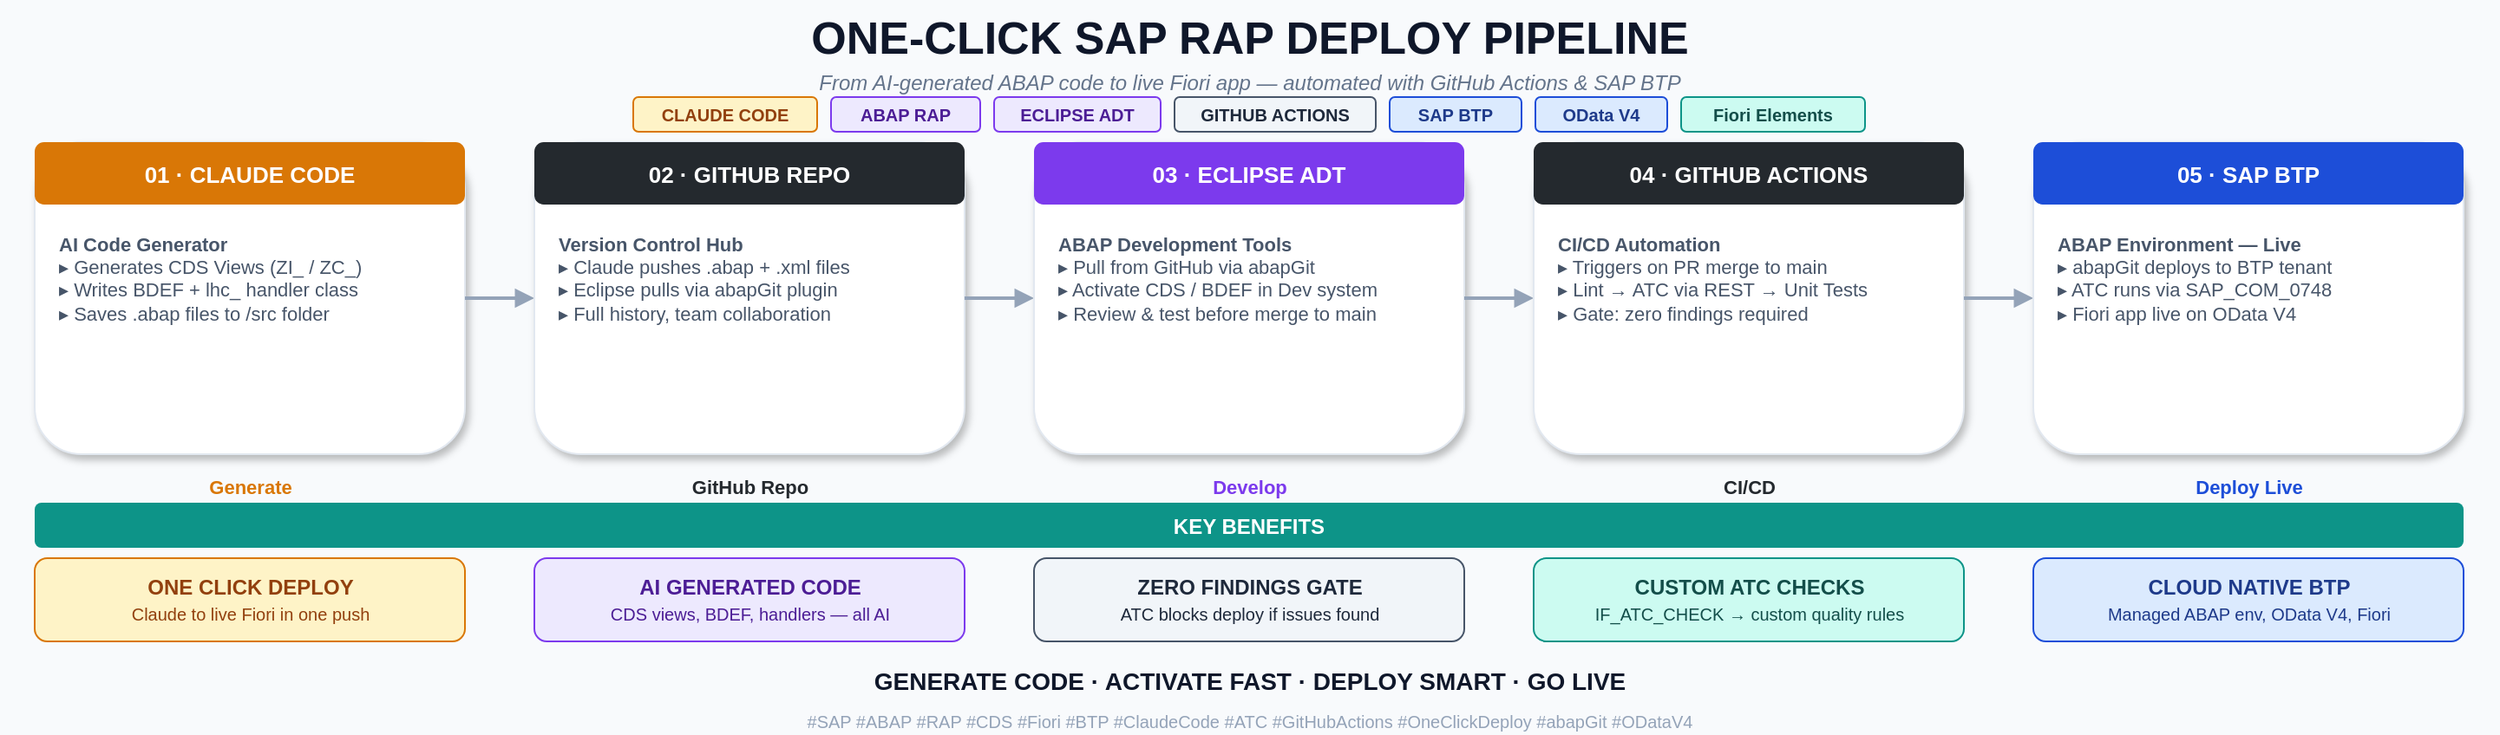
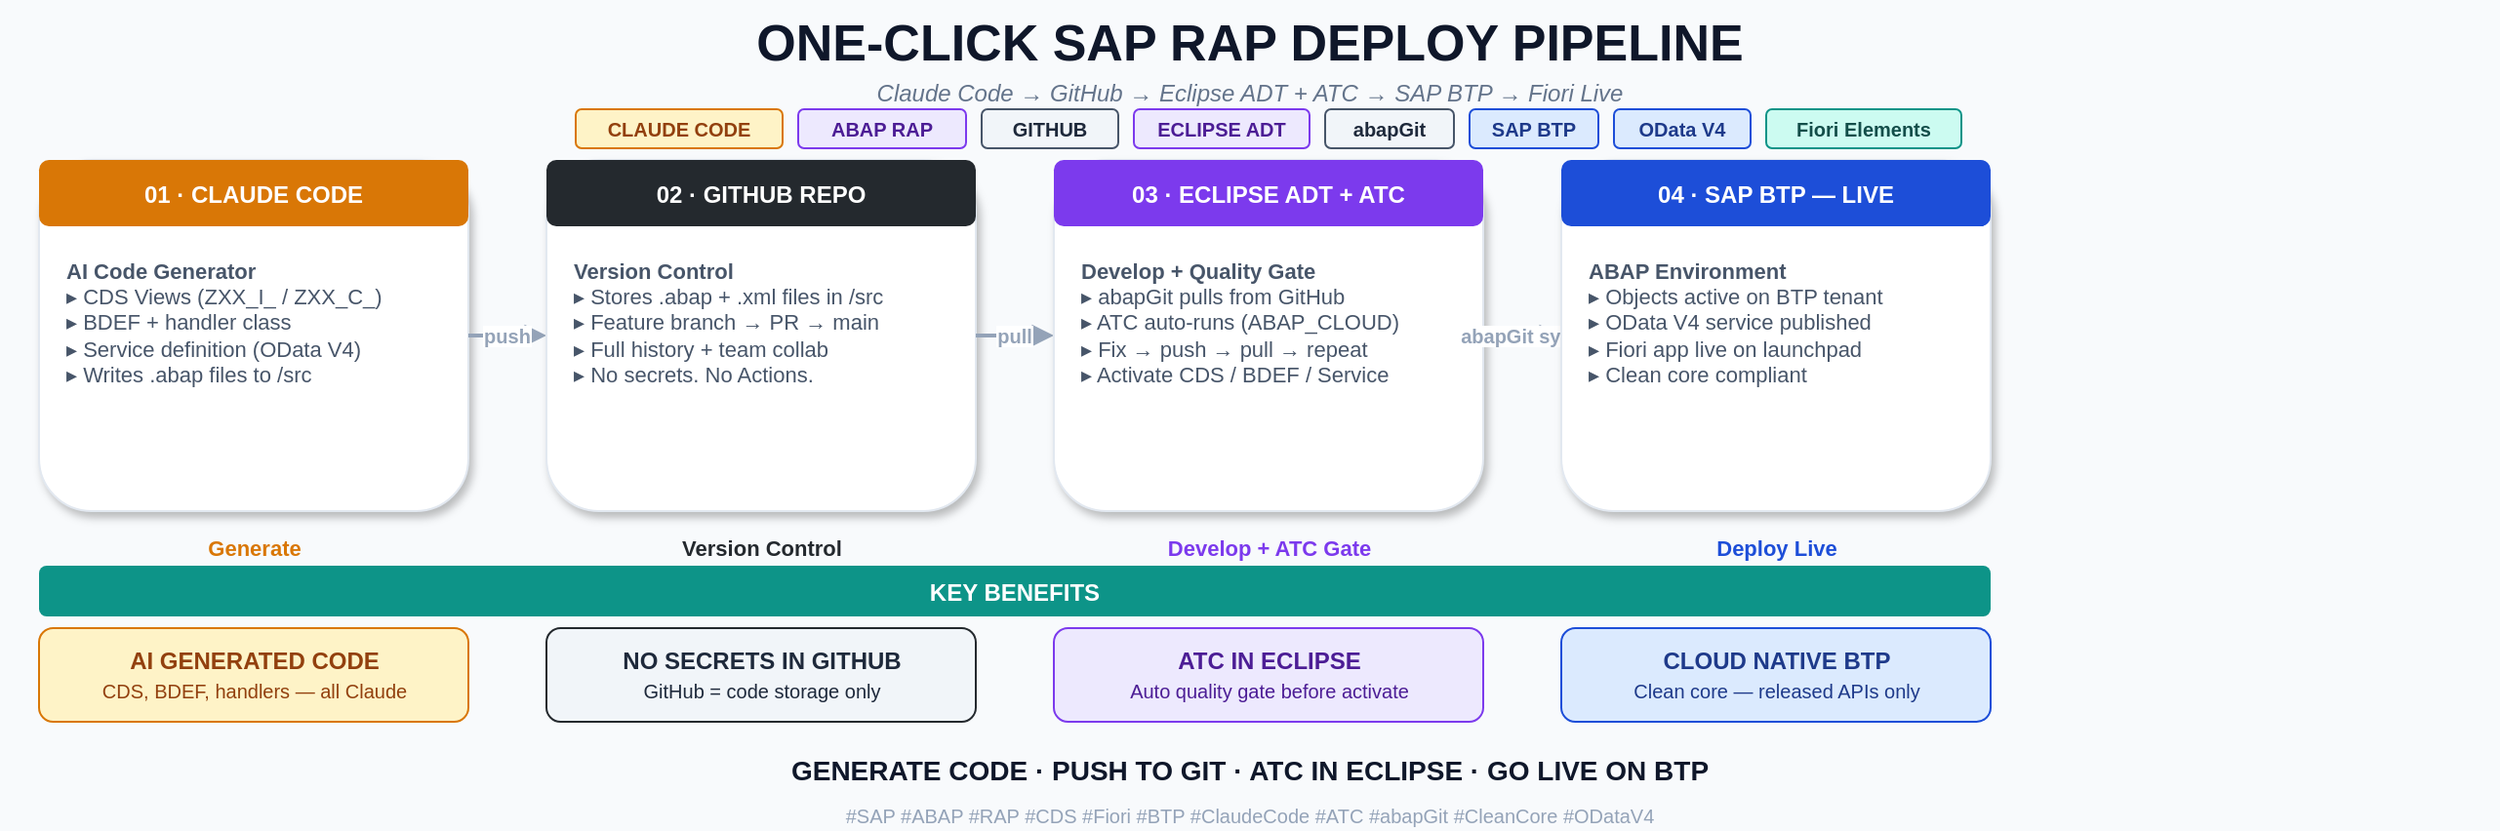
<mxfile host="app.diagrams.net" version="21.0.0">
  <diagram name="RAP Deployment" id="rap-deploy">
-     <mxGraphModel dx="1422" dy="762" grid="0" gridSize="10" guides="1" tooltips="1" connect="1" arrows="1" fold="1" page="1" pageScale="1" pageWidth="1440" pageHeight="480" math="0" shadow="0" background="#f8fafc">
+     <mxGraphModel dx="1422" dy="762" grid="0" gridSize="10" guides="1" tooltips="1" connect="1" arrows="1" fold="1" page="1" pageScale="1" pageWidth="1280" pageHeight="480" math="0" shadow="0" background="#f8fafc">
      <root>
        <mxCell id="0" />
        <mxCell id="1" parent="0" />

        <!-- TITLE -->
        <mxCell id="title" value="ONE-CLICK SAP RAP DEPLOY PIPELINE" style="text;html=1;fillColor=none;strokeColor=none;fontColor=#0f172a;fontSize=26;fontStyle=1;align=center;" vertex="1" parent="1">
-           <mxGeometry x="0" y="10" width="1440" height="32" as="geometry" />
+           <mxGeometry x="0" y="10" width="1280" height="32" as="geometry" />
        </mxCell>
-         <mxCell id="sub" value="From AI-generated ABAP code to live Fiori app — automated with GitHub Actions &amp; SAP BTP" style="text;html=1;fillColor=none;strokeColor=none;fontColor=#64748b;fontSize=12;fontStyle=2;align=center;" vertex="1" parent="1">
-           <mxGeometry x="0" y="44" width="1440" height="16" as="geometry" />
+         <mxCell id="sub" value="Claude Code  →  GitHub  →  Eclipse ADT + ATC  →  SAP BTP  →  Fiori Live" style="text;html=1;fillColor=none;strokeColor=none;fontColor=#64748b;fontSize=12;fontStyle=2;align=center;" vertex="1" parent="1">
+           <mxGeometry x="0" y="44" width="1280" height="16" as="geometry" />
        </mxCell>

-         <!-- TECH PILLS (centered, y=66) -->
+         <!-- TECH PILLS -->
        <mxCell id="tp1" value="CLAUDE CODE" style="rounded=1;fillColor=#fef3c7;strokeColor=#d97706;fontColor=#92400e;fontSize=10;fontStyle=1;" vertex="1" parent="1">
-           <mxGeometry x="365" y="66" width="106" height="20" as="geometry" />
+           <mxGeometry x="295" y="66" width="106" height="20" as="geometry" />
        </mxCell>
        <mxCell id="tp2" value="ABAP RAP" style="rounded=1;fillColor=#ede9fe;strokeColor=#7c3aed;fontColor=#4c1d95;fontSize=10;fontStyle=1;" vertex="1" parent="1">
-           <mxGeometry x="479" y="66" width="86" height="20" as="geometry" />
+           <mxGeometry x="409" y="66" width="86" height="20" as="geometry" />
        </mxCell>
-         <mxCell id="tp3" value="ECLIPSE ADT" style="rounded=1;fillColor=#ede9fe;strokeColor=#7c3aed;fontColor=#4c1d95;fontSize=10;fontStyle=1;" vertex="1" parent="1">
-           <mxGeometry x="573" y="66" width="96" height="20" as="geometry" />
+         <mxCell id="tp3" value="GITHUB" style="rounded=1;fillColor=#f1f5f9;strokeColor=#475569;fontColor=#1e293b;fontSize=10;fontStyle=1;" vertex="1" parent="1">
+           <mxGeometry x="503" y="66" width="70" height="20" as="geometry" />
        </mxCell>
-         <mxCell id="tp4" value="GITHUB ACTIONS" style="rounded=1;fillColor=#f1f5f9;strokeColor=#475569;fontColor=#1e293b;fontSize=10;fontStyle=1;" vertex="1" parent="1">
-           <mxGeometry x="677" y="66" width="116" height="20" as="geometry" />
+         <mxCell id="tp4" value="ECLIPSE ADT" style="rounded=1;fillColor=#ede9fe;strokeColor=#7c3aed;fontColor=#4c1d95;fontSize=10;fontStyle=1;" vertex="1" parent="1">
+           <mxGeometry x="581" y="66" width="90" height="20" as="geometry" />
        </mxCell>
-         <mxCell id="tp5" value="SAP BTP" style="rounded=1;fillColor=#dbeafe;strokeColor=#1d4ed8;fontColor=#1e3a8a;fontSize=10;fontStyle=1;" vertex="1" parent="1">
-           <mxGeometry x="801" y="66" width="76" height="20" as="geometry" />
+         <mxCell id="tp5" value="abapGit" style="rounded=1;fillColor=#f1f5f9;strokeColor=#475569;fontColor=#1e293b;fontSize=10;fontStyle=1;" vertex="1" parent="1">
+           <mxGeometry x="679" y="66" width="66" height="20" as="geometry" />
        </mxCell>
-         <mxCell id="tp6" value="OData V4" style="rounded=1;fillColor=#dbeafe;strokeColor=#1d4ed8;fontColor=#1e3a8a;fontSize=10;fontStyle=1;" vertex="1" parent="1">
-           <mxGeometry x="885" y="66" width="76" height="20" as="geometry" />
+         <mxCell id="tp6" value="SAP BTP" style="rounded=1;fillColor=#dbeafe;strokeColor=#1d4ed8;fontColor=#1e3a8a;fontSize=10;fontStyle=1;" vertex="1" parent="1">
+           <mxGeometry x="753" y="66" width="66" height="20" as="geometry" />
        </mxCell>
-         <mxCell id="tp7" value="Fiori Elements" style="rounded=1;fillColor=#ccfbf1;strokeColor=#0d9488;fontColor=#134e4a;fontSize=10;fontStyle=1;" vertex="1" parent="1">
-           <mxGeometry x="969" y="66" width="106" height="20" as="geometry" />
+         <mxCell id="tp7" value="OData V4" style="rounded=1;fillColor=#dbeafe;strokeColor=#1d4ed8;fontColor=#1e3a8a;fontSize=10;fontStyle=1;" vertex="1" parent="1">
+           <mxGeometry x="827" y="66" width="70" height="20" as="geometry" />
+         </mxCell>
+         <mxCell id="tp8" value="Fiori Elements" style="rounded=1;fillColor=#ccfbf1;strokeColor=#0d9488;fontColor=#134e4a;fontSize=10;fontStyle=1;" vertex="1" parent="1">
+           <mxGeometry x="905" y="66" width="100" height="20" as="geometry" />
        </mxCell>

-         <!-- ══════════════════════════════════════════════════════════ -->
-         <!-- CARD 1 — CLAUDE CODE  (x=20, y=92, w=248, h=180)         -->
-         <!-- ══════════════════════════════════════════════════════════ -->
+         <!-- CARD 1 — CLAUDE CODE -->
        <mxCell id="c1bg" value="" style="rounded=1;fillColor=#ffffff;strokeColor=#e2e8f0;strokeWidth=1;shadow=1;" vertex="1" parent="1">
-           <mxGeometry x="20" y="92" width="248" height="180" as="geometry" />
+           <mxGeometry x="20" y="92" width="220" height="180" as="geometry" />
        </mxCell>
-         <mxCell id="c1h" value="01  ·  CLAUDE CODE" style="rounded=1;fillColor=#d97706;strokeColor=none;fontColor=#ffffff;fontSize=13;fontStyle=1;align=center;" vertex="1" parent="1">
-           <mxGeometry x="20" y="92" width="248" height="36" as="geometry" />
+         <mxCell id="c1h" value="01  ·  CLAUDE CODE" style="rounded=1;fillColor=#d97706;strokeColor=none;fontColor=#ffffff;fontSize=12;fontStyle=1;align=center;" vertex="1" parent="1">
+           <mxGeometry x="20" y="92" width="220" height="34" as="geometry" />
        </mxCell>
-         <mxCell id="c1c" value="&lt;b&gt;AI Code Generator&lt;/b&gt;&lt;br/&gt;▸ Generates CDS Views (ZI_ / ZC_)&lt;br/&gt;▸ Writes BDEF + lhc_ handler class&lt;br/&gt;▸ Saves .abap files to /src folder" style="text;html=1;fillColor=none;strokeColor=none;fontColor=#475569;fontSize=11;align=left;verticalAlign=top;spacingTop=10;spacingLeft=12;spacingRight=8;" vertex="1" parent="1">
-           <mxGeometry x="20" y="128" width="248" height="144" as="geometry" />
+         <mxCell id="c1c" value="&lt;b&gt;AI Code Generator&lt;/b&gt;&lt;br/&gt;▸ CDS Views (ZXX_I_ / ZXX_C_)&lt;br/&gt;▸ BDEF + handler class&lt;br/&gt;▸ Service definition (OData V4)&lt;br/&gt;▸ Writes .abap files to /src" style="text;html=1;fillColor=none;strokeColor=none;fontColor=#475569;fontSize=11;align=left;verticalAlign=top;spacingTop=10;spacingLeft=12;spacingRight=8;" vertex="1" parent="1">
+           <mxGeometry x="20" y="126" width="220" height="146" as="geometry" />
        </mxCell>

        <!-- ARROW 1→2 -->
-         <mxCell id="a12" value="" style="edgeStyle=none;strokeColor=#94a3b8;strokeWidth=2;endArrow=block;endFill=1;" edge="1" source="c1bg" target="c2bg" parent="1">
+         <mxCell id="a12" value="push" style="edgeStyle=none;strokeColor=#94a3b8;strokeWidth=2;endArrow=block;endFill=1;fontSize=10;fontColor=#94a3b8;fontStyle=1;" edge="1" source="c1bg" target="c2bg" parent="1">
          <mxGeometry relative="1" as="geometry" />
        </mxCell>

-         <!-- ══════════════════════════════════════════════════════════ -->
-         <!-- CARD 2 — LOCAL /src REPO  (x=308)                        -->
-         <!-- ══════════════════════════════════════════════════════════ -->
+         <!-- CARD 2 — GITHUB -->
        <mxCell id="c2bg" value="" style="rounded=1;fillColor=#ffffff;strokeColor=#e2e8f0;strokeWidth=1;shadow=1;" vertex="1" parent="1">
-           <mxGeometry x="308" y="92" width="248" height="180" as="geometry" />
+           <mxGeometry x="280" y="92" width="220" height="180" as="geometry" />
        </mxCell>
-         <mxCell id="c2h" value="02  ·  GITHUB REPO" style="rounded=1;fillColor=#24292e;strokeColor=none;fontColor=#ffffff;fontSize=13;fontStyle=1;align=center;" vertex="1" parent="1">
-           <mxGeometry x="308" y="92" width="248" height="36" as="geometry" />
+         <mxCell id="c2h" value="02  ·  GITHUB REPO" style="rounded=1;fillColor=#24292e;strokeColor=none;fontColor=#ffffff;fontSize=12;fontStyle=1;align=center;" vertex="1" parent="1">
+           <mxGeometry x="280" y="92" width="220" height="34" as="geometry" />
        </mxCell>
-         <mxCell id="c2c" value="&lt;b&gt;Version Control Hub&lt;/b&gt;&lt;br/&gt;▸ Claude pushes .abap + .xml files&lt;br/&gt;▸ Eclipse pulls via abapGit plugin&lt;br/&gt;▸ Full history, team collaboration" style="text;html=1;fillColor=none;strokeColor=none;fontColor=#475569;fontSize=11;align=left;verticalAlign=top;spacingTop=10;spacingLeft=12;spacingRight=8;" vertex="1" parent="1">
-           <mxGeometry x="308" y="128" width="248" height="144" as="geometry" />
+         <mxCell id="c2c" value="&lt;b&gt;Version Control&lt;/b&gt;&lt;br/&gt;▸ Stores .abap + .xml files in /src&lt;br/&gt;▸ Feature branch → PR → main&lt;br/&gt;▸ Full history + team collab&lt;br/&gt;▸ No secrets. No Actions." style="text;html=1;fillColor=none;strokeColor=none;fontColor=#475569;fontSize=11;align=left;verticalAlign=top;spacingTop=10;spacingLeft=12;spacingRight=8;" vertex="1" parent="1">
+           <mxGeometry x="280" y="126" width="220" height="146" as="geometry" />
        </mxCell>

        <!-- ARROW 2→3 -->
-         <mxCell id="a23" value="" style="edgeStyle=none;strokeColor=#94a3b8;strokeWidth=2;endArrow=block;endFill=1;" edge="1" source="c2bg" target="c3bg" parent="1">
+         <mxCell id="a23" value="pull" style="edgeStyle=none;strokeColor=#94a3b8;strokeWidth=2;endArrow=block;endFill=1;fontSize=10;fontColor=#94a3b8;fontStyle=1;" edge="1" source="c2bg" target="c3bg" parent="1">
          <mxGeometry relative="1" as="geometry" />
        </mxCell>

-         <!-- ══════════════════════════════════════════════════════════ -->
-         <!-- CARD 3 — ECLIPSE ADT  (x=596)                            -->
-         <!-- ══════════════════════════════════════════════════════════ -->
+         <!-- CARD 3 — ECLIPSE ADT + ATC -->
        <mxCell id="c3bg" value="" style="rounded=1;fillColor=#ffffff;strokeColor=#e2e8f0;strokeWidth=1;shadow=1;" vertex="1" parent="1">
-           <mxGeometry x="596" y="92" width="248" height="180" as="geometry" />
+           <mxGeometry x="540" y="92" width="220" height="180" as="geometry" />
        </mxCell>
-         <mxCell id="c3h" value="03  ·  ECLIPSE ADT" style="rounded=1;fillColor=#7c3aed;strokeColor=none;fontColor=#ffffff;fontSize=13;fontStyle=1;align=center;" vertex="1" parent="1">
-           <mxGeometry x="596" y="92" width="248" height="36" as="geometry" />
+         <mxCell id="c3h" value="03  ·  ECLIPSE ADT + ATC" style="rounded=1;fillColor=#7c3aed;strokeColor=none;fontColor=#ffffff;fontSize=12;fontStyle=1;align=center;" vertex="1" parent="1">
+           <mxGeometry x="540" y="92" width="220" height="34" as="geometry" />
        </mxCell>
-         <mxCell id="c3c" value="&lt;b&gt;ABAP Development Tools&lt;/b&gt;&lt;br/&gt;▸ Pull from GitHub via abapGit&lt;br/&gt;▸ Activate CDS / BDEF in Dev system&lt;br/&gt;▸ Review &amp; test before merge to main" style="text;html=1;fillColor=none;strokeColor=none;fontColor=#475569;fontSize=11;align=left;verticalAlign=top;spacingTop=10;spacingLeft=12;spacingRight=8;" vertex="1" parent="1">
-           <mxGeometry x="596" y="128" width="248" height="144" as="geometry" />
+         <mxCell id="c3c" value="&lt;b&gt;Develop + Quality Gate&lt;/b&gt;&lt;br/&gt;▸ abapGit pulls from GitHub&lt;br/&gt;▸ ATC auto-runs (ABAP_CLOUD)&lt;br/&gt;▸ Fix → push → pull → repeat&lt;br/&gt;▸ Activate CDS / BDEF / Service" style="text;html=1;fillColor=none;strokeColor=none;fontColor=#475569;fontSize=11;align=left;verticalAlign=top;spacingTop=10;spacingLeft=12;spacingRight=8;" vertex="1" parent="1">
+           <mxGeometry x="540" y="126" width="220" height="146" as="geometry" />
        </mxCell>

        <!-- ARROW 3→4 -->
-         <mxCell id="a34" value="" style="edgeStyle=none;strokeColor=#94a3b8;strokeWidth=2;endArrow=block;endFill=1;" edge="1" source="c3bg" target="c4bg" parent="1">
+         <mxCell id="a34" value="abapGit sync" style="edgeStyle=none;strokeColor=#94a3b8;strokeWidth=2;endArrow=block;endFill=1;fontSize=10;fontColor=#94a3b8;fontStyle=1;" edge="1" source="c3bg" target="c4bg" parent="1">
          <mxGeometry relative="1" as="geometry" />
        </mxCell>

-         <!-- ══════════════════════════════════════════════════════════ -->
-         <!-- CARD 4 — GITHUB ACTIONS  (x=884)                         -->
-         <!-- ══════════════════════════════════════════════════════════ -->
+         <!-- CARD 4 — SAP BTP -->
        <mxCell id="c4bg" value="" style="rounded=1;fillColor=#ffffff;strokeColor=#e2e8f0;strokeWidth=1;shadow=1;" vertex="1" parent="1">
-           <mxGeometry x="884" y="92" width="248" height="180" as="geometry" />
+           <mxGeometry x="800" y="92" width="220" height="180" as="geometry" />
        </mxCell>
-         <mxCell id="c4h" value="04  ·  GITHUB ACTIONS" style="rounded=1;fillColor=#24292e;strokeColor=none;fontColor=#ffffff;fontSize=13;fontStyle=1;align=center;" vertex="1" parent="1">
-           <mxGeometry x="884" y="92" width="248" height="36" as="geometry" />
+         <mxCell id="c4h" value="04  ·  SAP BTP — LIVE" style="rounded=1;fillColor=#1d4ed8;strokeColor=none;fontColor=#ffffff;fontSize=12;fontStyle=1;align=center;" vertex="1" parent="1">
+           <mxGeometry x="800" y="92" width="220" height="34" as="geometry" />
        </mxCell>
-         <mxCell id="c4c" value="&lt;b&gt;CI/CD Automation&lt;/b&gt;&lt;br/&gt;▸ Triggers on PR merge to main&lt;br/&gt;▸ Lint → ATC via REST → Unit Tests&lt;br/&gt;▸ Gate: zero findings required" style="text;html=1;fillColor=none;strokeColor=none;fontColor=#475569;fontSize=11;align=left;verticalAlign=top;spacingTop=10;spacingLeft=12;spacingRight=8;" vertex="1" parent="1">
-           <mxGeometry x="884" y="128" width="248" height="144" as="geometry" />
+         <mxCell id="c4c" value="&lt;b&gt;ABAP Environment&lt;/b&gt;&lt;br/&gt;▸ Objects active on BTP tenant&lt;br/&gt;▸ OData V4 service published&lt;br/&gt;▸ Fiori app live on launchpad&lt;br/&gt;▸ Clean core compliant" style="text;html=1;fillColor=none;strokeColor=none;fontColor=#475569;fontSize=11;align=left;verticalAlign=top;spacingTop=10;spacingLeft=12;spacingRight=8;" vertex="1" parent="1">
+           <mxGeometry x="800" y="126" width="220" height="146" as="geometry" />
        </mxCell>

-         <!-- ARROW 4→5 -->
-         <mxCell id="a45" value="" style="edgeStyle=none;strokeColor=#94a3b8;strokeWidth=2;endArrow=block;endFill=1;" edge="1" source="c4bg" target="c5bg" parent="1">
-           <mxGeometry relative="1" as="geometry" />
+         <!-- PHASE LABELS -->
+         <mxCell id="pl1" value="Generate" style="text;html=1;fillColor=none;strokeColor=none;fontColor=#d97706;fontSize=11;fontStyle=1;align=center;" vertex="1" parent="1">
+           <mxGeometry x="20" y="278" width="220" height="16" as="geometry" />
+         </mxCell>
+         <mxCell id="pl2" value="Version Control" style="text;html=1;fillColor=none;strokeColor=none;fontColor=#24292e;fontSize=11;fontStyle=1;align=center;" vertex="1" parent="1">
+           <mxGeometry x="280" y="278" width="220" height="16" as="geometry" />
+         </mxCell>
+         <mxCell id="pl3" value="Develop + ATC Gate" style="text;html=1;fillColor=none;strokeColor=none;fontColor=#7c3aed;fontSize=11;fontStyle=1;align=center;" vertex="1" parent="1">
+           <mxGeometry x="540" y="278" width="220" height="16" as="geometry" />
+         </mxCell>
+         <mxCell id="pl4" value="Deploy Live" style="text;html=1;fillColor=none;strokeColor=none;fontColor=#1d4ed8;fontSize=11;fontStyle=1;align=center;" vertex="1" parent="1">
+           <mxGeometry x="800" y="278" width="220" height="16" as="geometry" />
        </mxCell>

-         <!-- ══════════════════════════════════════════════════════════ -->
-         <!-- CARD 5 — SAP BTP  (x=1172)                               -->
-         <!-- ══════════════════════════════════════════════════════════ -->
-         <mxCell id="c5bg" value="" style="rounded=1;fillColor=#ffffff;strokeColor=#e2e8f0;strokeWidth=1;shadow=1;" vertex="1" parent="1">
-           <mxGeometry x="1172" y="92" width="248" height="180" as="geometry" />
-         </mxCell>
-         <mxCell id="c5h" value="05  ·  SAP BTP" style="rounded=1;fillColor=#1d4ed8;strokeColor=none;fontColor=#ffffff;fontSize=13;fontStyle=1;align=center;" vertex="1" parent="1">
-           <mxGeometry x="1172" y="92" width="248" height="36" as="geometry" />
-         </mxCell>
-         <mxCell id="c5c" value="&lt;b&gt;ABAP Environment — Live&lt;/b&gt;&lt;br/&gt;▸ abapGit deploys to BTP tenant&lt;br/&gt;▸ ATC runs via SAP_COM_0748&lt;br/&gt;▸ Fiori app live on OData V4" style="text;html=1;fillColor=none;strokeColor=none;fontColor=#475569;fontSize=11;align=left;verticalAlign=top;spacingTop=10;spacingLeft=12;spacingRight=8;" vertex="1" parent="1">
-           <mxGeometry x="1172" y="128" width="248" height="144" as="geometry" />
+         <!-- KEY BENEFITS -->
+         <mxCell id="bh" value="KEY BENEFITS" style="rounded=1;fillColor=#0d9488;strokeColor=none;fontColor=#ffffff;fontSize=12;fontStyle=1;align=center;" vertex="1" parent="1">
+           <mxGeometry x="20" y="300" width="1000" height="26" as="geometry" />
        </mxCell>

-         <!-- PHASE LABELS (y=278) -->
-         <mxCell id="pl1" value="Generate" style="text;html=1;fillColor=none;strokeColor=none;fontColor=#d97706;fontSize=11;fontStyle=1;align=center;" vertex="1" parent="1">
-           <mxGeometry x="20" y="278" width="248" height="16" as="geometry" />
+         <!-- BENEFIT CARDS -->
+         <mxCell id="b1" value="&lt;b&gt;AI GENERATED CODE&lt;/b&gt;&lt;br/&gt;&lt;font style='font-size:10px;'&gt;CDS, BDEF, handlers — all Claude&lt;/font&gt;" style="rounded=1;fillColor=#fef3c7;strokeColor=#d97706;fontColor=#92400e;fontSize=12;fontStyle=0;html=1;align=center;verticalAlign=middle;" vertex="1" parent="1">
+           <mxGeometry x="20" y="332" width="220" height="48" as="geometry" />
        </mxCell>
-         <mxCell id="pl2" value="GitHub Repo" style="text;html=1;fillColor=none;strokeColor=none;fontColor=#24292e;fontSize=11;fontStyle=1;align=center;" vertex="1" parent="1">
-           <mxGeometry x="308" y="278" width="248" height="16" as="geometry" />
+         <mxCell id="b2" value="&lt;b&gt;NO SECRETS IN GITHUB&lt;/b&gt;&lt;br/&gt;&lt;font style='font-size:10px;'&gt;GitHub = code storage only&lt;/font&gt;" style="rounded=1;fillColor=#f1f5f9;strokeColor=#24292e;fontColor=#1e293b;fontSize=12;fontStyle=0;html=1;align=center;verticalAlign=middle;" vertex="1" parent="1">
+           <mxGeometry x="280" y="332" width="220" height="48" as="geometry" />
        </mxCell>
-         <mxCell id="pl3" value="Develop" style="text;html=1;fillColor=none;strokeColor=none;fontColor=#7c3aed;fontSize=11;fontStyle=1;align=center;" vertex="1" parent="1">
-           <mxGeometry x="596" y="278" width="248" height="16" as="geometry" />
+         <mxCell id="b3" value="&lt;b&gt;ATC IN ECLIPSE&lt;/b&gt;&lt;br/&gt;&lt;font style='font-size:10px;'&gt;Auto quality gate before activate&lt;/font&gt;" style="rounded=1;fillColor=#ede9fe;strokeColor=#7c3aed;fontColor=#4c1d95;fontSize=12;fontStyle=0;html=1;align=center;verticalAlign=middle;" vertex="1" parent="1">
+           <mxGeometry x="540" y="332" width="220" height="48" as="geometry" />
        </mxCell>
-         <mxCell id="pl4" value="CI/CD" style="text;html=1;fillColor=none;strokeColor=none;fontColor=#24292e;fontSize=11;fontStyle=1;align=center;" vertex="1" parent="1">
-           <mxGeometry x="884" y="278" width="248" height="16" as="geometry" />
-         </mxCell>
-         <mxCell id="pl5" value="Deploy Live" style="text;html=1;fillColor=none;strokeColor=none;fontColor=#1d4ed8;fontSize=11;fontStyle=1;align=center;" vertex="1" parent="1">
-           <mxGeometry x="1172" y="278" width="248" height="16" as="geometry" />
+         <mxCell id="b4" value="&lt;b&gt;CLOUD NATIVE BTP&lt;/b&gt;&lt;br/&gt;&lt;font style='font-size:10px;'&gt;Clean core — released APIs only&lt;/font&gt;" style="rounded=1;fillColor=#dbeafe;strokeColor=#1d4ed8;fontColor=#1e3a8a;fontSize=12;fontStyle=0;html=1;align=center;verticalAlign=middle;" vertex="1" parent="1">
+           <mxGeometry x="800" y="332" width="220" height="48" as="geometry" />
        </mxCell>

-         <!-- KEY BENEFITS HEADER (y=300) -->
-         <mxCell id="bh" value="KEY BENEFITS" style="rounded=1;fillColor=#0d9488;strokeColor=none;fontColor=#ffffff;fontSize=12;fontStyle=1;align=center;" vertex="1" parent="1">
-           <mxGeometry x="20" y="300" width="1400" height="26" as="geometry" />
+         <!-- TAGLINE -->
+         <mxCell id="tg" value="GENERATE CODE  ·  PUSH TO GIT  ·  ATC IN ECLIPSE  ·  GO LIVE ON BTP" style="text;html=1;fillColor=none;strokeColor=none;fontColor=#0f172a;fontSize=14;fontStyle=1;align=center;" vertex="1" parent="1">
+           <mxGeometry x="0" y="390" width="1280" height="22" as="geometry" />
        </mxCell>

-         <!-- BENEFIT CARDS — title + subtitle in one cell (y=332, h=48) -->
-         <mxCell id="b1" value="&lt;b&gt;ONE CLICK DEPLOY&lt;/b&gt;&lt;br/&gt;&lt;font style='font-size:10px;'&gt;Claude to live Fiori in one push&lt;/font&gt;" style="rounded=1;fillColor=#fef3c7;strokeColor=#d97706;fontColor=#92400e;fontSize=12;fontStyle=0;html=1;align=center;verticalAlign=middle;" vertex="1" parent="1">
-           <mxGeometry x="20" y="332" width="248" height="48" as="geometry" />
-         </mxCell>
-         <mxCell id="b2" value="&lt;b&gt;AI GENERATED CODE&lt;/b&gt;&lt;br/&gt;&lt;font style='font-size:10px;'&gt;CDS views, BDEF, handlers — all AI&lt;/font&gt;" style="rounded=1;fillColor=#ede9fe;strokeColor=#7c3aed;fontColor=#4c1d95;fontSize=12;fontStyle=0;html=1;align=center;verticalAlign=middle;" vertex="1" parent="1">
-           <mxGeometry x="308" y="332" width="248" height="48" as="geometry" />
-         </mxCell>
-         <mxCell id="b3" value="&lt;b&gt;ZERO FINDINGS GATE&lt;/b&gt;&lt;br/&gt;&lt;font style='font-size:10px;'&gt;ATC blocks deploy if issues found&lt;/font&gt;" style="rounded=1;fillColor=#f1f5f9;strokeColor=#475569;fontColor=#1e293b;fontSize=12;fontStyle=0;html=1;align=center;verticalAlign=middle;" vertex="1" parent="1">
-           <mxGeometry x="596" y="332" width="248" height="48" as="geometry" />
-         </mxCell>
-         <mxCell id="b4" value="&lt;b&gt;CUSTOM ATC CHECKS&lt;/b&gt;&lt;br/&gt;&lt;font style='font-size:10px;'&gt;IF_ATC_CHECK → custom quality rules&lt;/font&gt;" style="rounded=1;fillColor=#ccfbf1;strokeColor=#0d9488;fontColor=#134e4a;fontSize=12;fontStyle=0;html=1;align=center;verticalAlign=middle;" vertex="1" parent="1">
-           <mxGeometry x="884" y="332" width="248" height="48" as="geometry" />
-         </mxCell>
-         <mxCell id="b5" value="&lt;b&gt;CLOUD NATIVE BTP&lt;/b&gt;&lt;br/&gt;&lt;font style='font-size:10px;'&gt;Managed ABAP env, OData V4, Fiori&lt;/font&gt;" style="rounded=1;fillColor=#dbeafe;strokeColor=#1d4ed8;fontColor=#1e3a8a;fontSize=12;fontStyle=0;html=1;align=center;verticalAlign=middle;" vertex="1" parent="1">
-           <mxGeometry x="1172" y="332" width="248" height="48" as="geometry" />
-         </mxCell>
- 
-         <!-- TAGLINE (y=388) -->
-         <mxCell id="tg" value="GENERATE CODE  ·  ACTIVATE FAST  ·  DEPLOY SMART  ·  GO LIVE" style="text;html=1;fillColor=none;strokeColor=none;fontColor=#0f172a;fontSize=14;fontStyle=1;align=center;" vertex="1" parent="1">
-           <mxGeometry x="0" y="388" width="1440" height="22" as="geometry" />
-         </mxCell>
- 
-         <!-- HASHTAGS (y=414) -->
-         <mxCell id="ht" value="#SAP  #ABAP  #RAP  #CDS  #Fiori  #BTP  #ClaudeCode  #ATC  #GitHubActions  #OneClickDeploy  #abapGit  #ODataV4" style="text;html=1;fillColor=none;strokeColor=none;fontColor=#94a3b8;fontSize=10;align=center;" vertex="1" parent="1">
-           <mxGeometry x="0" y="414" width="1440" height="16" as="geometry" />
+         <!-- HASHTAGS -->
+         <mxCell id="ht" value="#SAP  #ABAP  #RAP  #CDS  #Fiori  #BTP  #ClaudeCode  #ATC  #abapGit  #CleanCore  #ODataV4" style="text;html=1;fillColor=none;strokeColor=none;fontColor=#94a3b8;fontSize=10;align=center;" vertex="1" parent="1">
+           <mxGeometry x="0" y="416" width="1280" height="16" as="geometry" />
        </mxCell>

      </root>
    </mxGraphModel>
  </diagram>
</mxfile>
